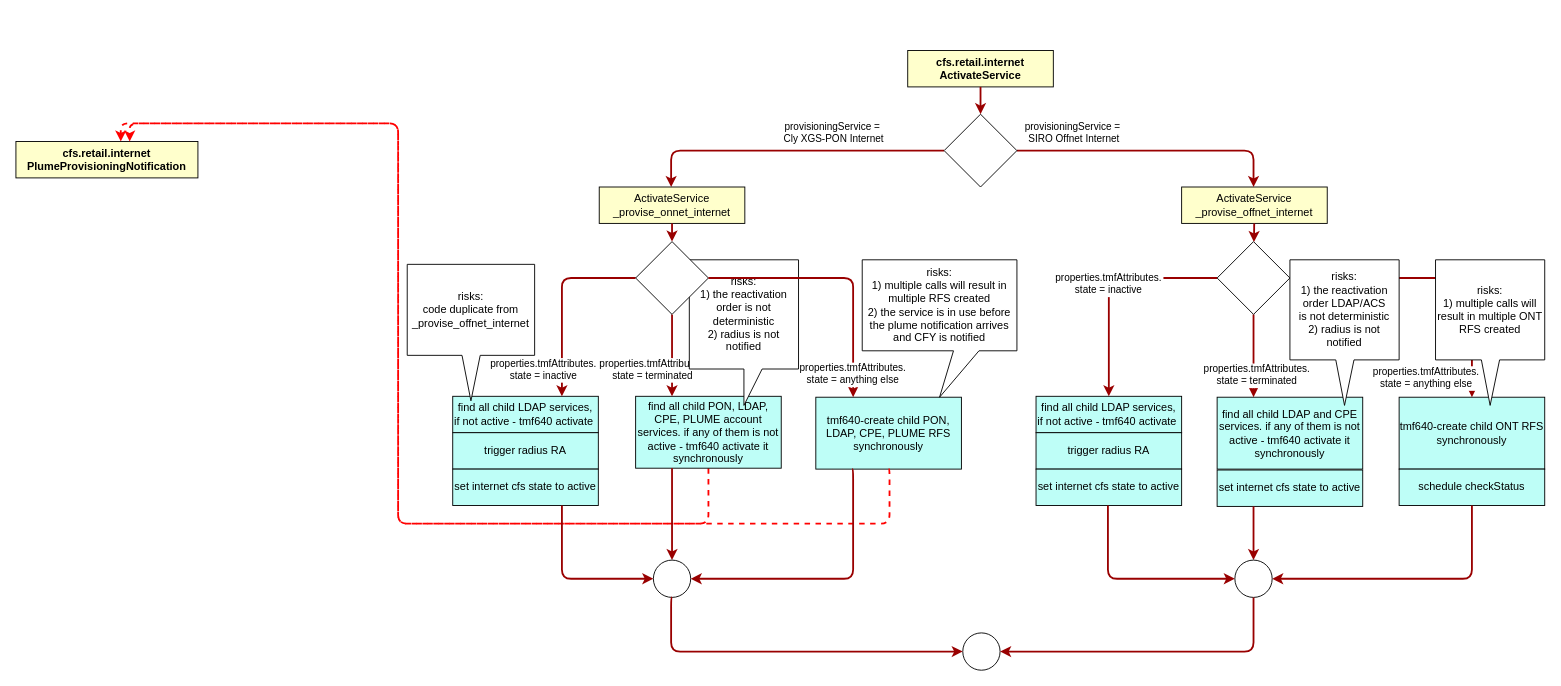
Before: service-templates.drawio in matvey-matveyev/drawio, a draw.io diagram. Source tidied: cells renumbered, new cells numbered last; positions are measured from the earlier drawing's top-left corner, leaving out a move shared by most shapes. Both pictures are drawn from the tidied source at 91%, with x=0, y=0 at pixel (15, 50).
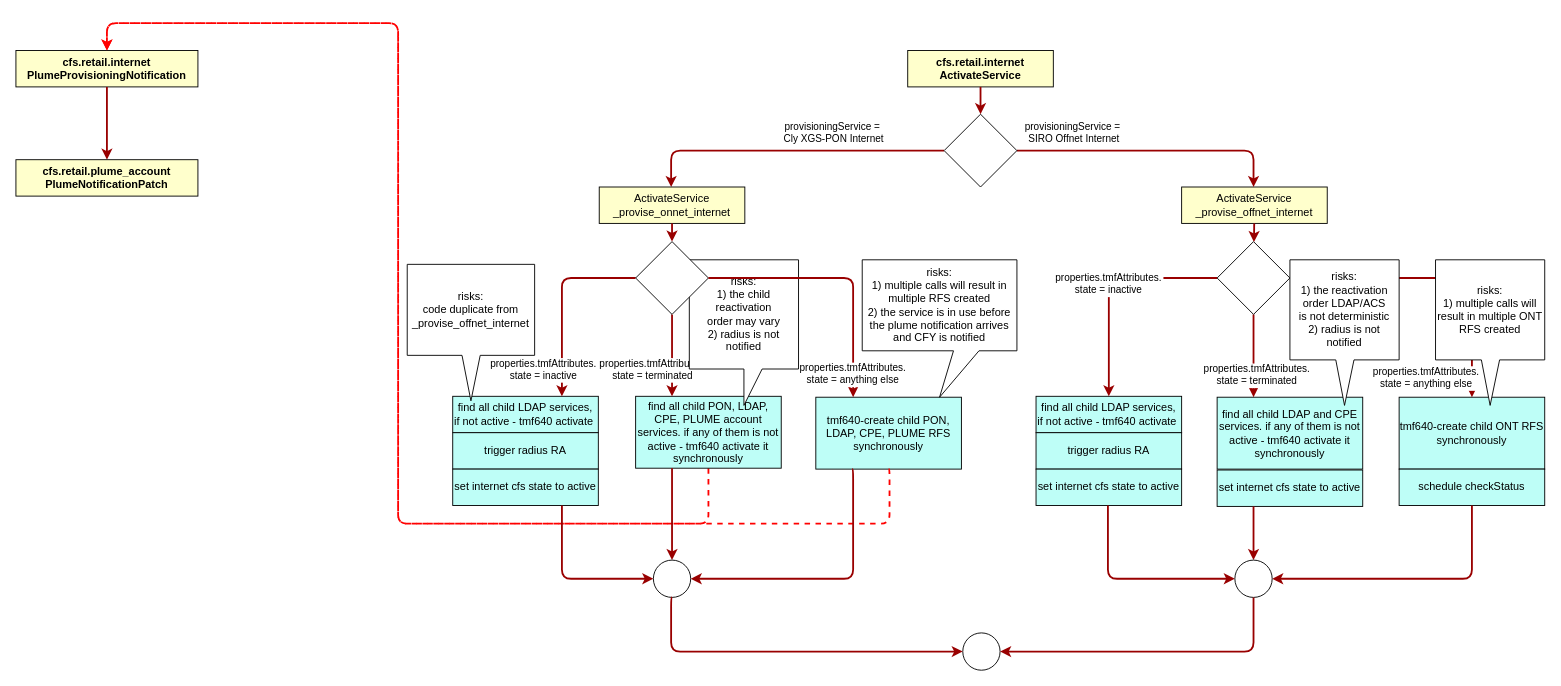
Above is the later version.

Unchanged cells that the change refers to:
```xml
<mxCell id="25" value="find all child PON, LDAP, CPE, PLUME account services. if any of them is not active - tmf640 activate it synchronously" style="whiteSpace=wrap;align=center;verticalAlign=middle;fontStyle=0;strokeWidth=1;fillColor=#befef7;" parent="1" vertex="1">
  <mxGeometry x="681" y="380" width="160" height="79" as="geometry" />
</mxCell>
<mxCell id="27" value="tmf640-create child PON, LDAP, CPE, PLUME RFS synchronously" style="whiteSpace=wrap;align=center;verticalAlign=middle;fontStyle=0;strokeWidth=1;fillColor=#befef7;" parent="1" vertex="1">
  <mxGeometry x="879" y="381" width="160" height="79" as="geometry" />
</mxCell>
```

Diff of the diagram source:
```diff
@@
-    <mxCell id="24" style="edgeStyle=orthogonalEdgeStyle;rounded=1;jettySize=auto;html=1;exitX=0.5;exitY=1;exitDx=0;exitDy=0;entryX=0.576;entryY=0;entryDx=0;entryDy=0;entryPerimeter=0;strokeColor=#FF0000;strokeWidth=2;dashed=1;" parent="1" edge="1" source="25" target="30">
+    <mxCell id="24" style="edgeStyle=orthogonalEdgeStyle;rounded=1;jettySize=auto;html=1;exitX=0.5;exitY=1;exitDx=0;exitDy=0;entryX=0.5;entryY=0;entryDx=0;entryDy=0;strokeColor=#FF0000;strokeWidth=2;dashed=1;" parent="1" edge="1" source="25" target="30">
       <mxGeometry relative="1" as="geometry">
         <Array as="points">
           <mxPoint x="761" y="520" />
           <mxPoint x="420" y="520" />
-          <mxPoint x="420" y="80" />
-          <mxPoint x="115" y="80" />
+          <mxPoint x="420" y="-30" />
+          <mxPoint x="100" y="-30" />
         </Array>
       </mxGeometry>
     </mxCell>
@@
-    <mxCell id="29" value="risks:&lt;br&gt;1) the reactivation order&amp;nbsp;is not deterministic&lt;br&gt;2) radius is not notified" style="shape=callout;whiteSpace=wrap;html=1;perimeter=calloutPerimeter;size=40;position=0.5;" parent="1" vertex="1">
+    <mxCell id="29" value="risks:&lt;br&gt;1) the child reactivation order&amp;nbsp;may vary&lt;br&gt;2) radius is not notified" style="shape=callout;whiteSpace=wrap;html=1;perimeter=calloutPerimeter;size=40;position=0.5;" parent="1" vertex="1">
       <mxGeometry x="740" y="230" width="120" height="160" as="geometry" />
     </mxCell>
     <mxCell id="30" value="cfs.retail.internet&#10;PlumeProvisioningNotification" style="whiteSpace=wrap;align=center;verticalAlign=middle;fontStyle=1;strokeWidth=1;fillColor=#FFFFCC;" parent="1" vertex="1">
-      <mxGeometry y="100" width="200" height="40" as="geometry" />
+      <mxGeometry width="200" height="40" as="geometry" />
     </mxCell>
-    <mxCell id="31" style="edgeStyle=orthogonalEdgeStyle;rounded=1;jettySize=auto;html=1;exitX=0.5;exitY=1;exitDx=0;exitDy=0;strokeColor=#FF0000;strokeWidth=2;dashed=1;" parent="1" edge="1" source="27" target="30">
+    <mxCell id="31" style="edgeStyle=orthogonalEdgeStyle;rounded=1;jettySize=auto;html=1;exitX=0.5;exitY=1;exitDx=0;exitDy=0;strokeColor=#FF0000;strokeWidth=2;dashed=1;entryX=0.5;entryY=0;entryDx=0;entryDy=0;" parent="1" edge="1" source="27" target="30">
       <mxGeometry relative="1" as="geometry">
         <Array as="points">
           <mxPoint x="960" y="460" />
           <mxPoint x="960" y="520" />
           <mxPoint x="420" y="520" />
-          <mxPoint x="420" y="80" />
-          <mxPoint x="125" y="80" />
+          <mxPoint x="420" y="-30" />
+          <mxPoint x="100" y="-30" />
         </Array>
       </mxGeometry>
     </mxCell>
@@
+    <mxCell id="50" style="edgeStyle=none;noEdgeStyle=1;strokeColor=#990000;strokeWidth=2;" parent="1" edge="1" source="30" target="51">
+      <mxGeometry x="0.44" y="7" relative="1" as="geometry" />
+    </mxCell>
+    <mxCell id="51" value="cfs.retail.plume_account&#10;PlumeNotificationPatch" style="whiteSpace=wrap;align=center;verticalAlign=middle;fontStyle=1;strokeWidth=1;fillColor=#FFFFCC;" parent="1" vertex="1">
+      <mxGeometry y="120" width="200" height="40" as="geometry" />
+    </mxCell>
```
